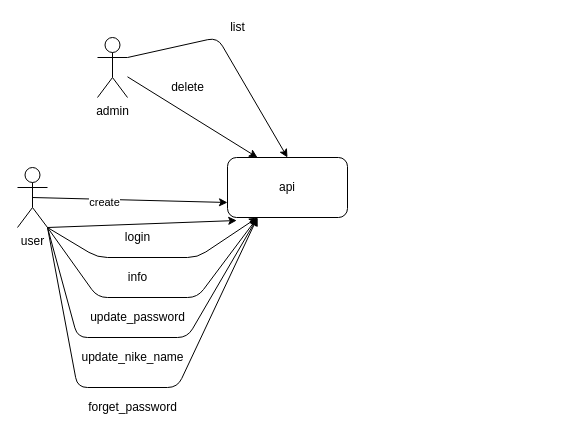
Before: rfcs/drawios/user.drawio in zuiyu1998/next, a draw.io diagram. Source tidied: cells renumbered, new cells numbered last; positions are measured from the earlier drawing's top-left corner, leaving out a move shared by most shapes. Both pictures are drawn from the tidied source at 100%, with x=0, y=0 at pixel (17, 17).
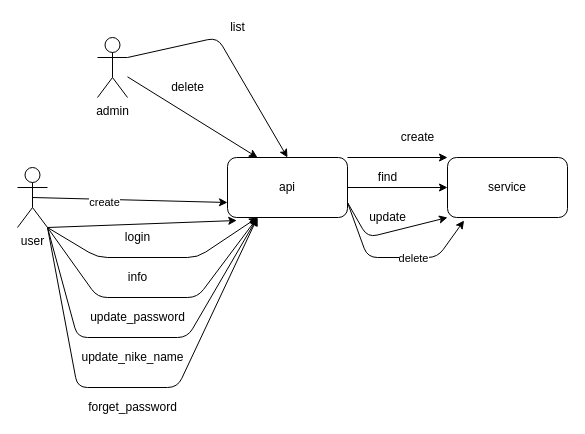
After the change.

The change refers to these unchanged cells:
```xml
<mxCell id="13" value="api" style="rounded=1;whiteSpace=wrap;html=1;" parent="1" vertex="1">
  <mxGeometry x="210" y="140" width="120" height="60" as="geometry" />
</mxCell>
```

What changed in the source:
```diff
@@
+    <mxCell id="21" style="edgeStyle=none;html=1;exitX=1;exitY=0;exitDx=0;exitDy=0;entryX=0;entryY=0;entryDx=0;entryDy=0;" parent="1" edge="1" source="13" target="26">
+      <mxGeometry relative="1" as="geometry" />
+    </mxCell>
+    <mxCell id="22" style="edgeStyle=none;html=1;exitX=1;exitY=0.5;exitDx=0;exitDy=0;entryX=0;entryY=0.5;entryDx=0;entryDy=0;" parent="1" edge="1" source="13" target="26">
+      <mxGeometry relative="1" as="geometry" />
+    </mxCell>
+    <mxCell id="23" style="edgeStyle=none;html=1;exitX=1;exitY=0.75;exitDx=0;exitDy=0;entryX=0;entryY=1;entryDx=0;entryDy=0;" parent="1" edge="1" source="13" target="26">
+      <mxGeometry relative="1" as="geometry">
+        <Array as="points">
+          <mxPoint x="350" y="220" />
+        </Array>
+      </mxGeometry>
+    </mxCell>
+    <mxCell id="24" style="edgeStyle=none;html=1;exitX=1;exitY=0.75;exitDx=0;exitDy=0;entryX=0.138;entryY=1.05;entryDx=0;entryDy=0;entryPerimeter=0;" parent="1" edge="1" source="13" target="26">
+      <mxGeometry relative="1" as="geometry">
+        <Array as="points">
+          <mxPoint x="350" y="240" />
+          <mxPoint x="420" y="240" />
+        </Array>
+      </mxGeometry>
+    </mxCell>
+    <mxCell id="25" value="delete" style="edgeLabel;html=1;align=center;verticalAlign=middle;" parent="24" vertex="1">
+      <mxGeometry x="0.18" relative="1" as="geometry">
+        <mxPoint x="1" as="offset" />
+      </mxGeometry>
+    </mxCell>
@@
+    <mxCell id="26" value="service" style="rounded=1;whiteSpace=wrap;html=1;" parent="1" vertex="1">
+      <mxGeometry x="430" y="140" width="120" height="60" as="geometry" />
+    </mxCell>
+    <mxCell id="27" value="create" style="text;html=1;align=center;verticalAlign=middle;strokeColor=none;fillColor=none;" parent="1" vertex="1">
+      <mxGeometry x="375" y="110" width="50" height="20" as="geometry" />
+    </mxCell>
+    <mxCell id="28" value="find" style="text;html=1;align=center;verticalAlign=middle;strokeColor=none;fillColor=none;" parent="1" vertex="1">
+      <mxGeometry x="355" y="150" width="30" height="20" as="geometry" />
+    </mxCell>
+    <mxCell id="29" value="update" style="text;html=1;align=center;verticalAlign=middle;strokeColor=none;fillColor=none;" parent="1" vertex="1">
+      <mxGeometry x="345" y="190" width="50" height="20" as="geometry" />
+    </mxCell>
```
